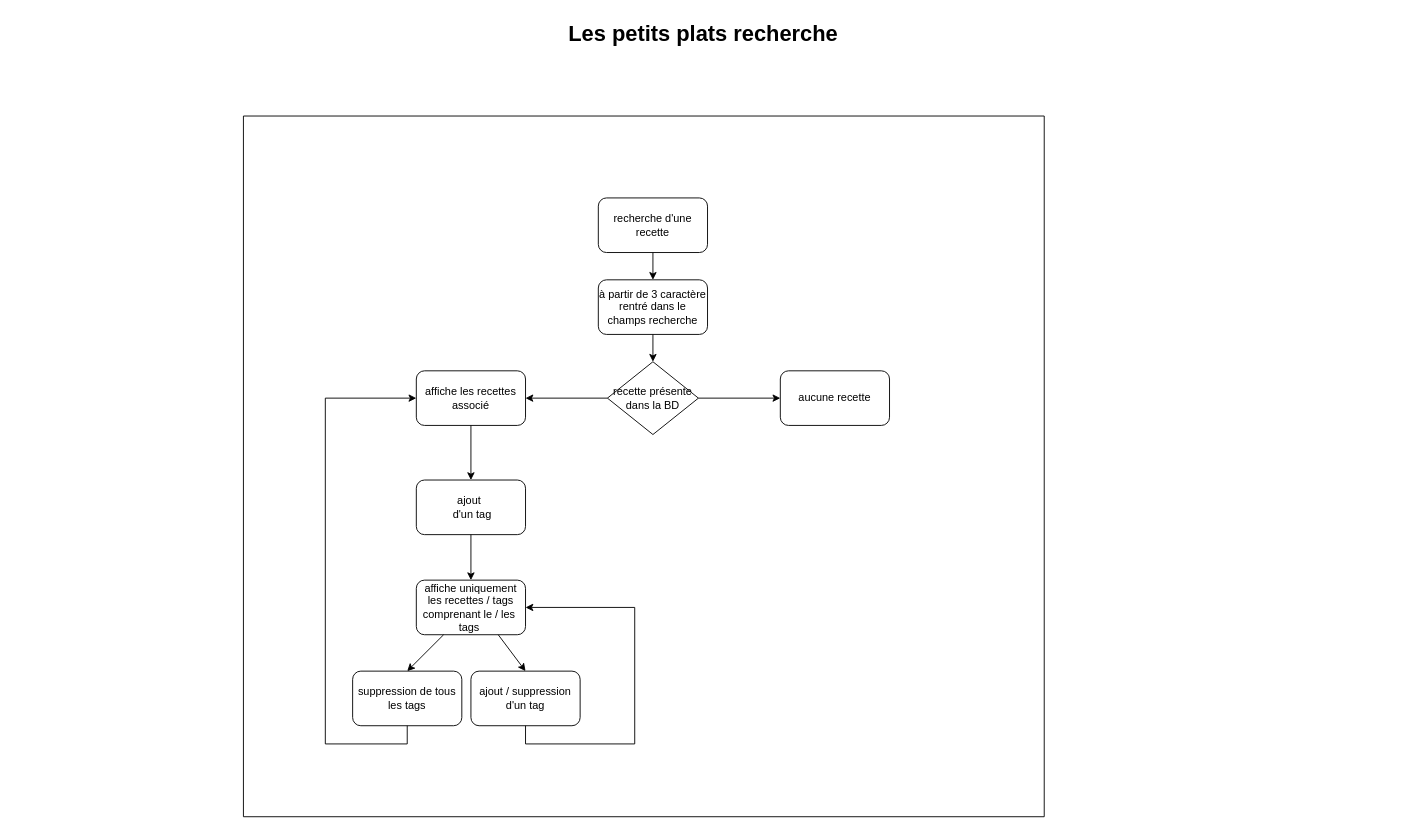
Earlier version of the draw.io diagram Diagramme sans nom.drawio (FlorentEeckeman/p7-React-Algo). Source tidied: cells renumbered, new cells numbered last; positions are measured from the earlier drawing's top-left corner, leaving out a move shared by most shapes. Both pictures are drawn from the tidied source at 91%, with x=0, y=0 at pixel (15, 15).
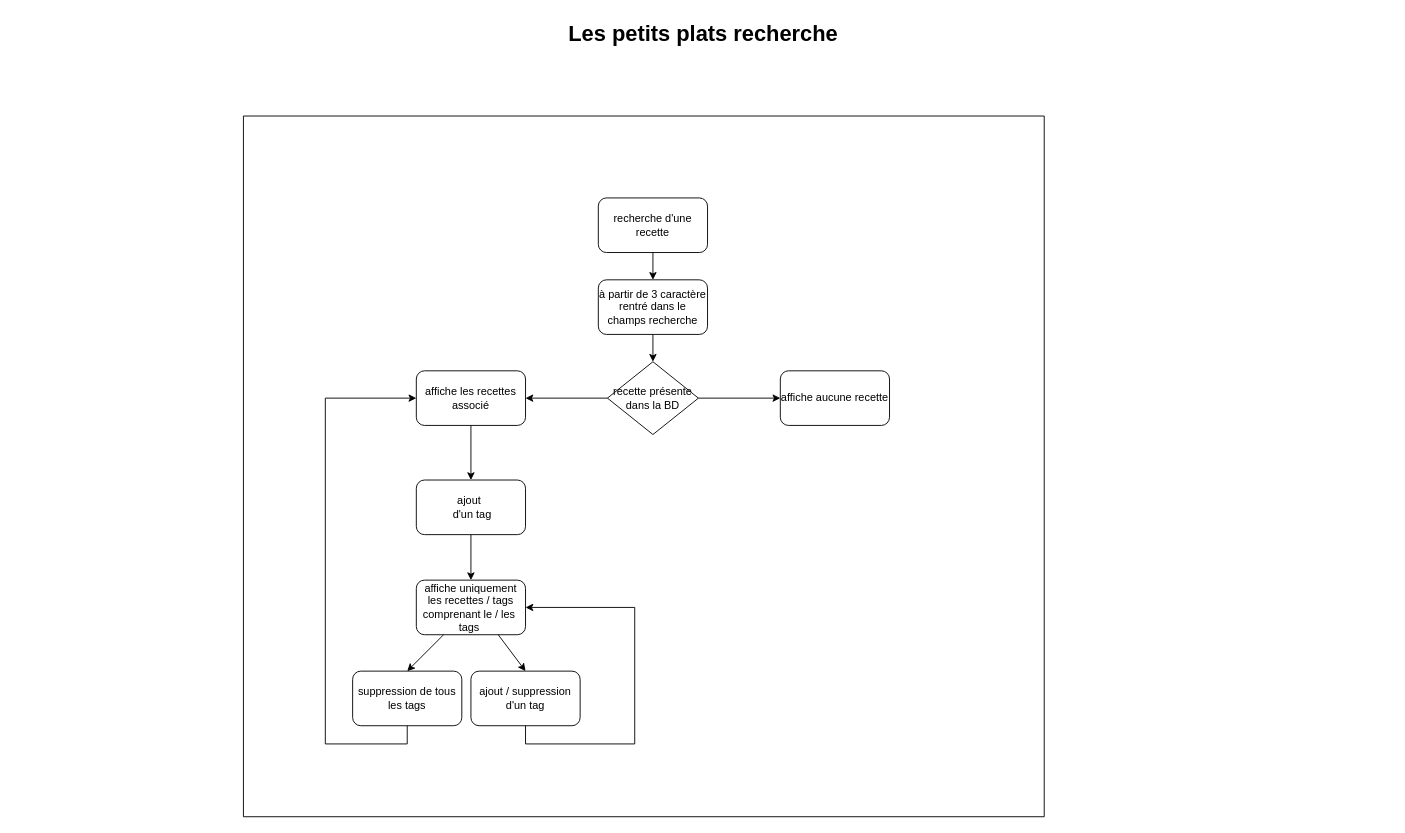
The same page after the edit.

Commit message:
Mettre à jour Diagramme sans nom.drawio

Unchanged cells that the change refers to:
```xml
<mxCell id="3" style="swimlane;startSize=0;" parent="1" vertex="1">
  <mxGeometry x="250" y="110" width="880" height="770" as="geometry" />
</mxCell>
```

Diff of the diagram source:
```diff
@@
-    <mxCell id="9" value="aucune recette" style="rounded=1;whiteSpace=wrap;html=1;" parent="3" vertex="1">
+    <mxCell id="9" value="affiche aucune recette" style="rounded=1;whiteSpace=wrap;html=1;" parent="3" vertex="1">
       <mxGeometry x="590" y="280" width="120" height="60" as="geometry" />
     </mxCell>
```
